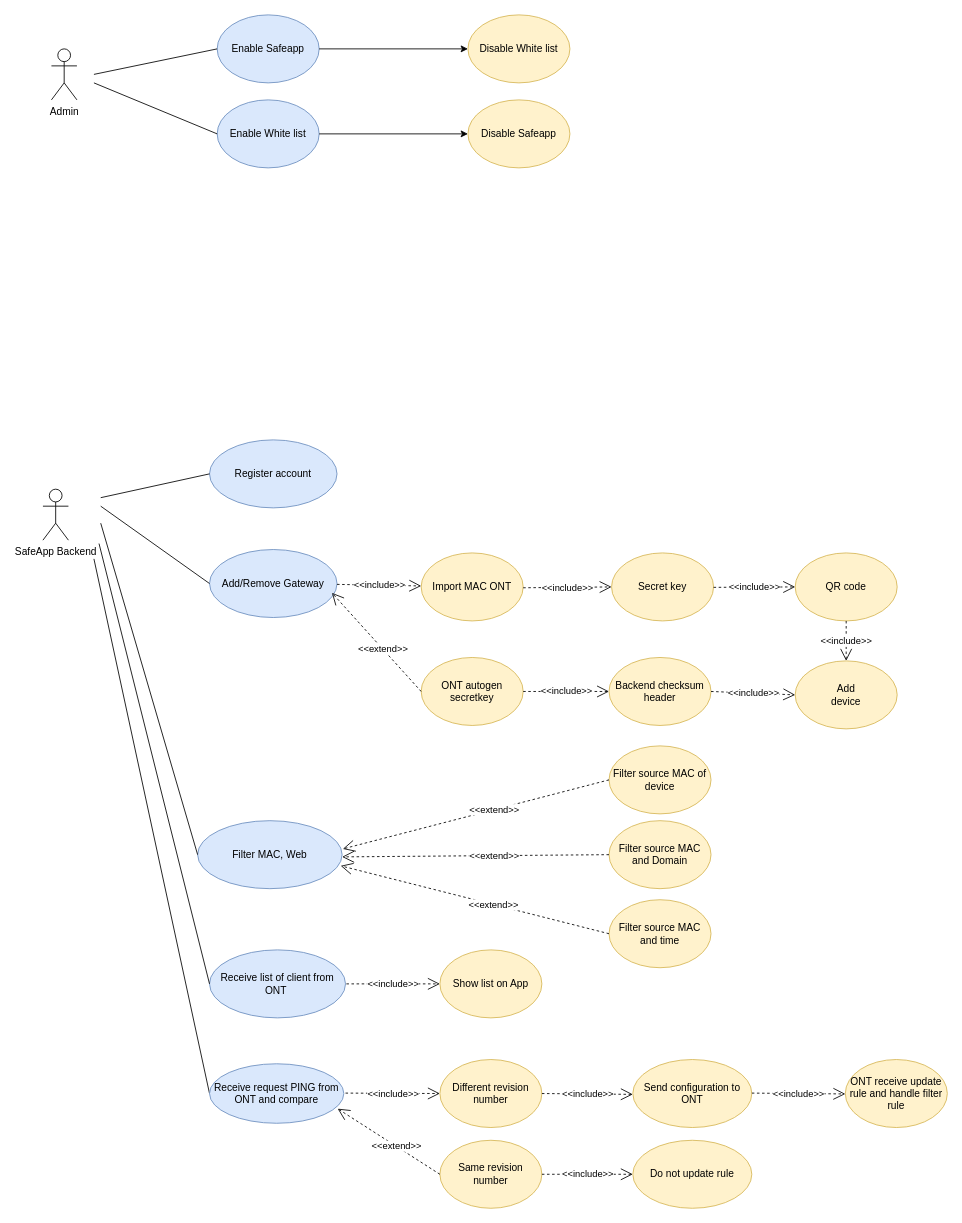
Earlier version of the draw.io diagram Untitled Diagram.drawio (nhatdevemb/Image_galerry). Source tidied: cells renumbered, new cells numbered last; positions are measured from the earlier drawing's top-left corner, leaving out a move shared by most shapes. Both pictures are drawn from the tidied source at 85%, with x=0, y=0 at pixel (42, 14).
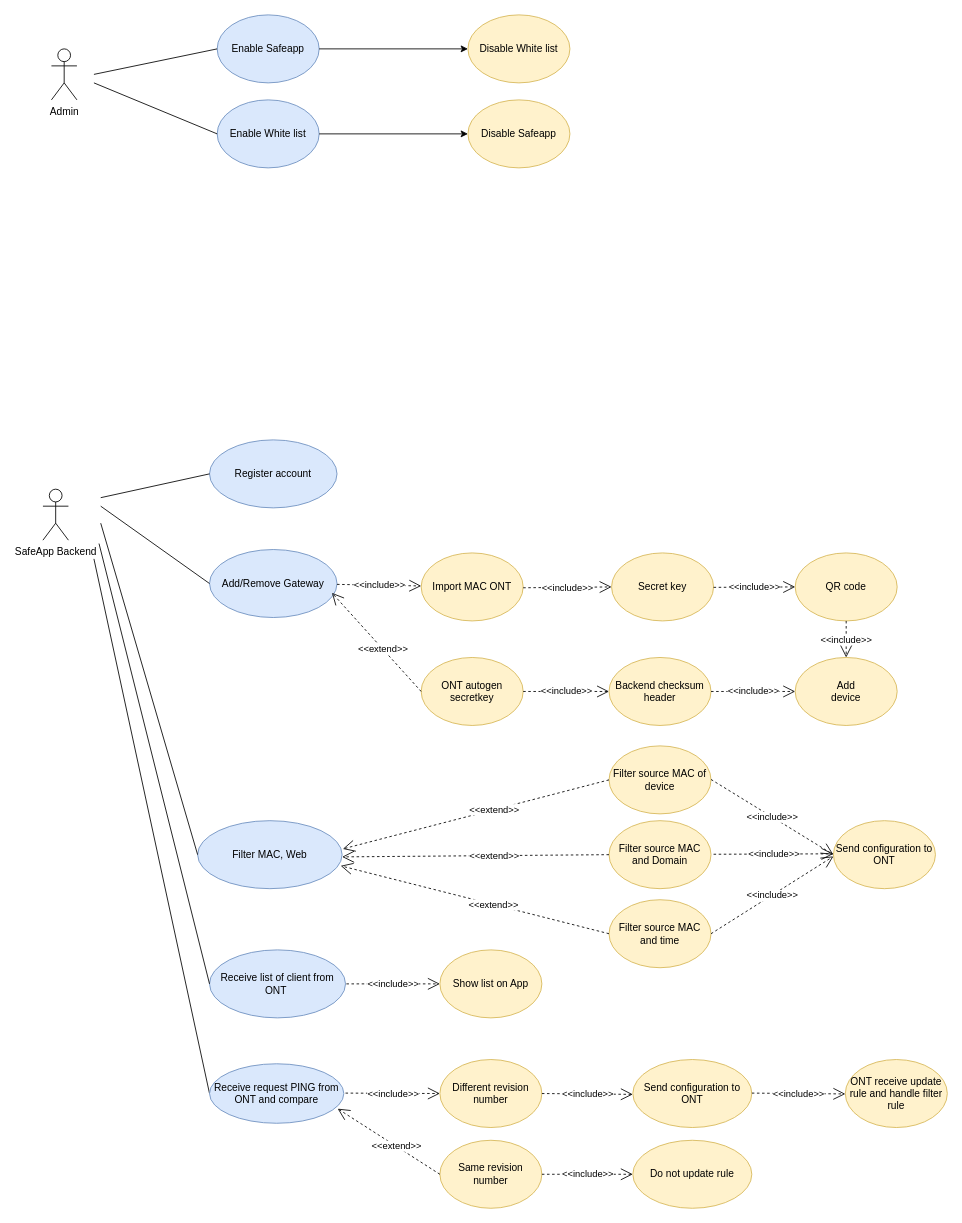
The same page after the edit.

The change refers to these unchanged cells:
```xml
<mxCell id="13" value="Filter source MAC and time" style="ellipse;whiteSpace=wrap;html=1;fillColor=#fff2cc;strokeColor=#d6b656;" parent="1" vertex="1">
  <mxGeometry x="666" y="1041" width="120" height="80" as="geometry" />
</mxCell>
```

Diff of the diagram source:
```diff
@@
     <mxCell id="31" value="Add&lt;br&gt;device" style="ellipse;whiteSpace=wrap;html=1;fillColor=#fff2cc;strokeColor=#d6b656;" parent="1" vertex="1">
-      <mxGeometry x="885" y="760" width="120" height="80" as="geometry" />
+      <mxGeometry x="885" y="756" width="120" height="80" as="geometry" />
     </mxCell>
@@
+    <mxCell id="53" value="Send configuration to ONT" style="ellipse;whiteSpace=wrap;html=1;fillColor=#fff2cc;strokeColor=#d6b656;" parent="1" vertex="1">
+      <mxGeometry x="930" y="948" width="120" height="80" as="geometry" />
+    </mxCell>
+    <mxCell id="54" value="&amp;lt;&amp;lt;include&amp;gt;&amp;gt;" style="endArrow=open;endSize=12;dashed=1;html=1;rounded=0;entryX=0;entryY=0.5;entryDx=0;entryDy=0;" parent="1" edge="1" target="53">
+      <mxGeometry relative="1" as="geometry">
+        <mxPoint x="786" y="899.5" as="sourcePoint" />
+      </mxGeometry>
+    </mxCell>
+    <mxCell id="55" value="&amp;lt;&amp;lt;include&amp;gt;&amp;gt;" style="endArrow=open;endSize=12;dashed=1;html=1;rounded=0;" parent="1" edge="1">
+      <mxGeometry relative="1" as="geometry">
+        <mxPoint x="789" y="987.5" as="sourcePoint" />
+        <mxPoint x="930" y="987" as="targetPoint" />
+      </mxGeometry>
+    </mxCell>
+    <mxCell id="56" value="&amp;lt;&amp;lt;include&amp;gt;&amp;gt;" style="endArrow=open;endSize=12;dashed=1;html=1;rounded=0;exitX=1;exitY=0.5;exitDx=0;exitDy=0;" parent="1" edge="1" source="13">
+      <mxGeometry relative="1" as="geometry">
+        <mxPoint x="930" y="990" as="targetPoint" />
+      </mxGeometry>
+    </mxCell>
```
